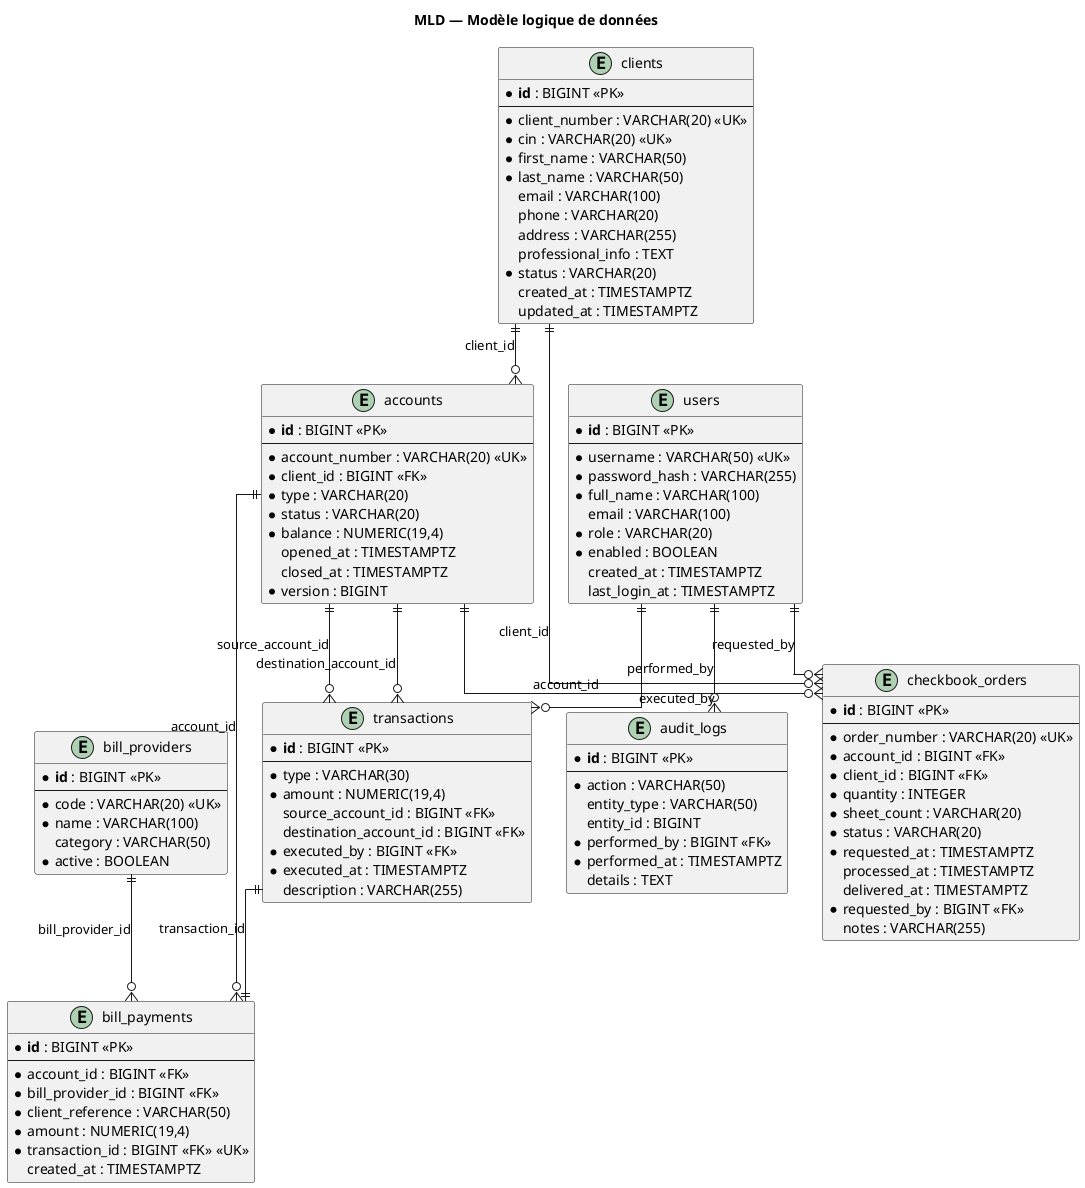
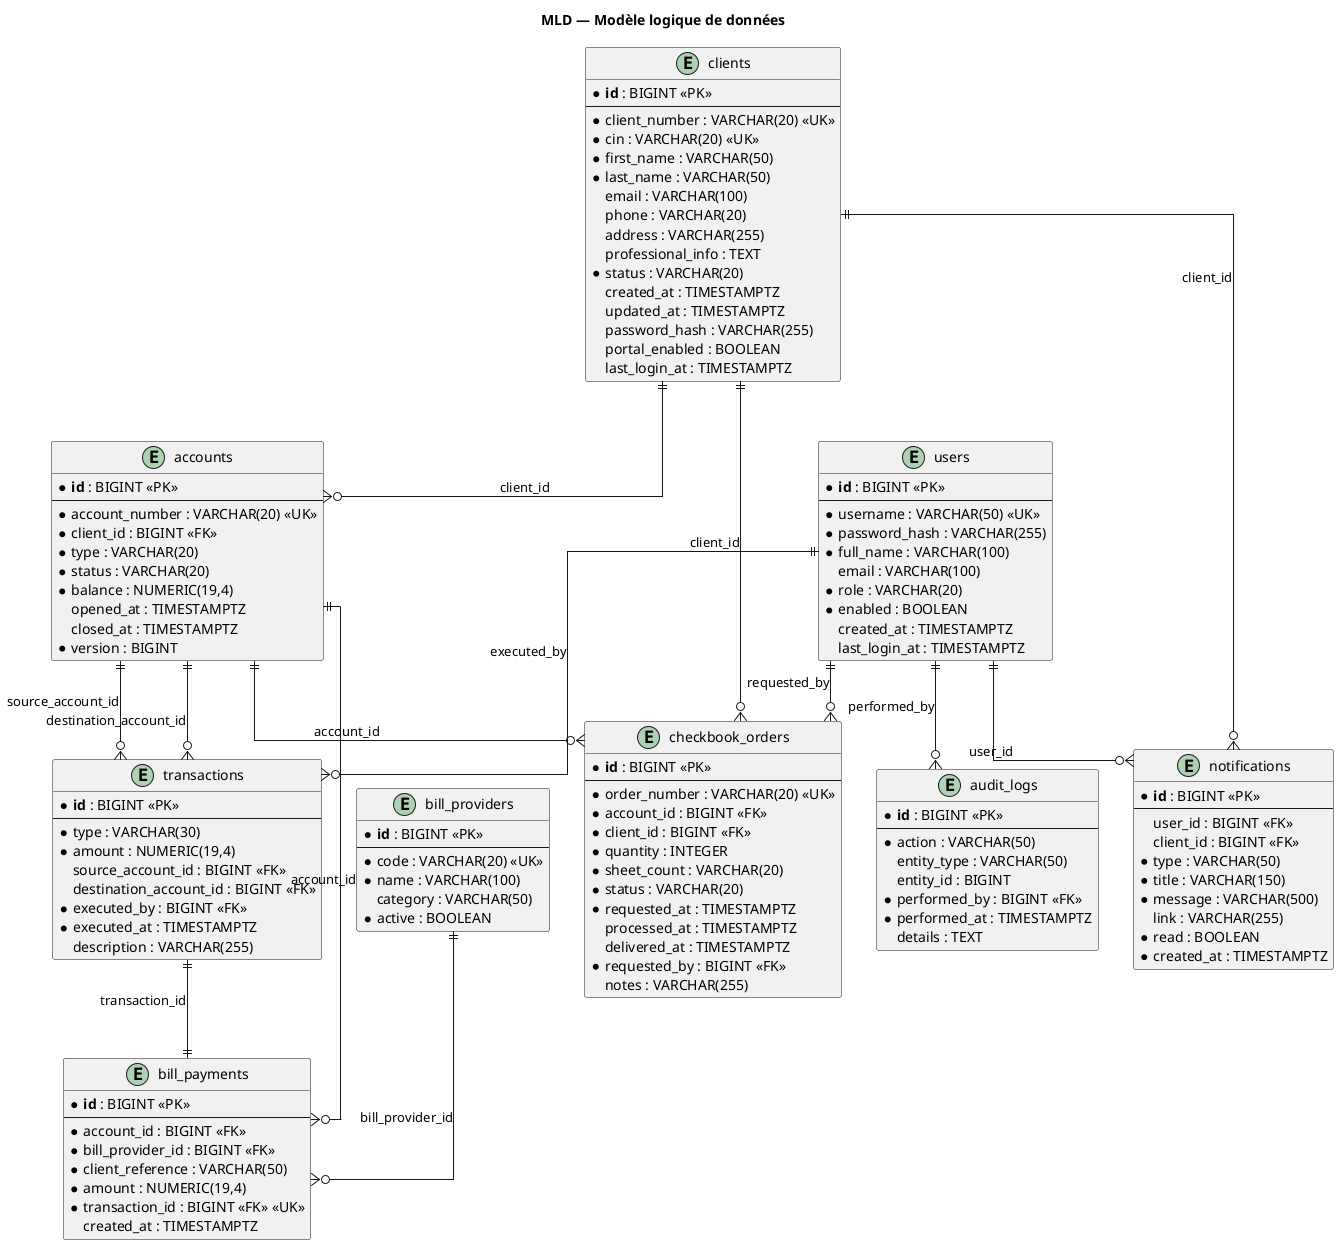
@startuml MLD
skinparam shadowing false
skinparam linetype ortho

title MLD — Modèle logique de données

entity "users" as users {
  * **id** : BIGINT <<PK>>
  --
  * username : VARCHAR(50) <<UK>>
  * password_hash : VARCHAR(255)
  * full_name : VARCHAR(100)
  email : VARCHAR(100)
  * role : VARCHAR(20)
  * enabled : BOOLEAN
  created_at : TIMESTAMPTZ
  last_login_at : TIMESTAMPTZ
}

entity "clients" as clients {
  * **id** : BIGINT <<PK>>
  --
  * client_number : VARCHAR(20) <<UK>>
  * cin : VARCHAR(20) <<UK>>
  * first_name : VARCHAR(50)
  * last_name : VARCHAR(50)
  email : VARCHAR(100)
  phone : VARCHAR(20)
  address : VARCHAR(255)
  professional_info : TEXT
  * status : VARCHAR(20)
  created_at : TIMESTAMPTZ
  updated_at : TIMESTAMPTZ
+   password_hash : VARCHAR(255)
+   portal_enabled : BOOLEAN
+   last_login_at : TIMESTAMPTZ
}

entity "accounts" as accounts {
  * **id** : BIGINT <<PK>>
  --
  * account_number : VARCHAR(20) <<UK>>
  * client_id : BIGINT <<FK>>
  * type : VARCHAR(20)
  * status : VARCHAR(20)
  * balance : NUMERIC(19,4)
  opened_at : TIMESTAMPTZ
  closed_at : TIMESTAMPTZ
  * version : BIGINT
}

entity "transactions" as transactions {
  * **id** : BIGINT <<PK>>
  --
  * type : VARCHAR(30)
  * amount : NUMERIC(19,4)
  source_account_id : BIGINT <<FK>>
  destination_account_id : BIGINT <<FK>>
  * executed_by : BIGINT <<FK>>
  * executed_at : TIMESTAMPTZ
  description : VARCHAR(255)
}

entity "bill_providers" as bill_providers {
  * **id** : BIGINT <<PK>>
  --
  * code : VARCHAR(20) <<UK>>
  * name : VARCHAR(100)
  category : VARCHAR(50)
  * active : BOOLEAN
}

entity "bill_payments" as bill_payments {
  * **id** : BIGINT <<PK>>
  --
  * account_id : BIGINT <<FK>>
  * bill_provider_id : BIGINT <<FK>>
  * client_reference : VARCHAR(50)
  * amount : NUMERIC(19,4)
  * transaction_id : BIGINT <<FK>> <<UK>>
  created_at : TIMESTAMPTZ
}

entity "checkbook_orders" as checkbook_orders {
  * **id** : BIGINT <<PK>>
  --
  * order_number : VARCHAR(20) <<UK>>
  * account_id : BIGINT <<FK>>
  * client_id : BIGINT <<FK>>
  * quantity : INTEGER
  * sheet_count : VARCHAR(20)
  * status : VARCHAR(20)
  * requested_at : TIMESTAMPTZ
  processed_at : TIMESTAMPTZ
  delivered_at : TIMESTAMPTZ
  * requested_by : BIGINT <<FK>>
  notes : VARCHAR(255)
}

entity "audit_logs" as audit_logs {
  * **id** : BIGINT <<PK>>
  --
  * action : VARCHAR(50)
  entity_type : VARCHAR(50)
  entity_id : BIGINT
  * performed_by : BIGINT <<FK>>
  * performed_at : TIMESTAMPTZ
  details : TEXT
}

+ entity "notifications" as notifications {
+   * **id** : BIGINT <<PK>>
+   --
+   user_id : BIGINT <<FK>>
+   client_id : BIGINT <<FK>>
+   * type : VARCHAR(50)
+   * title : VARCHAR(150)
+   * message : VARCHAR(500)
+   link : VARCHAR(255)
+   * read : BOOLEAN
+   * created_at : TIMESTAMPTZ
+ }
+ 
clients ||--o{ accounts : client_id
clients ||--o{ checkbook_orders : client_id
users ||--o{ transactions : executed_by
users ||--o{ checkbook_orders : requested_by
users ||--o{ audit_logs : performed_by
+ users ||--o{ notifications : user_id
+ clients ||--o{ notifications : client_id
accounts ||--o{ transactions : source_account_id
accounts ||--o{ transactions : destination_account_id
accounts ||--o{ bill_payments : account_id
accounts ||--o{ checkbook_orders : account_id
bill_providers ||--o{ bill_payments : bill_provider_id
transactions ||--|| bill_payments : transaction_id

@enduml
